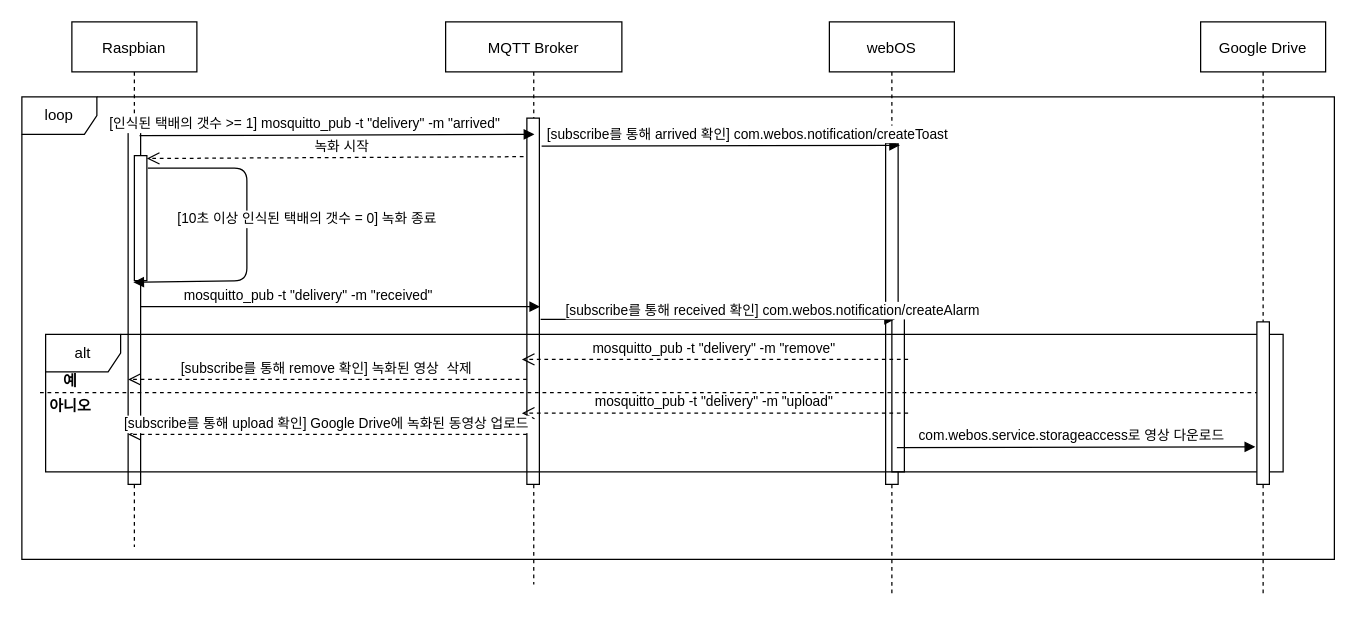
Before: delivery.drawio in webOS-KOSS/main-Delivery, a draw.io diagram. Source tidied: cells renumbered, new cells numbered last; positions are measured from the earlier drawing's top-left corner, leaving out a move shared by most shapes. Both pictures are drawn from the tidied source at 125%, with x=0, y=0 at pixel (21, 21).
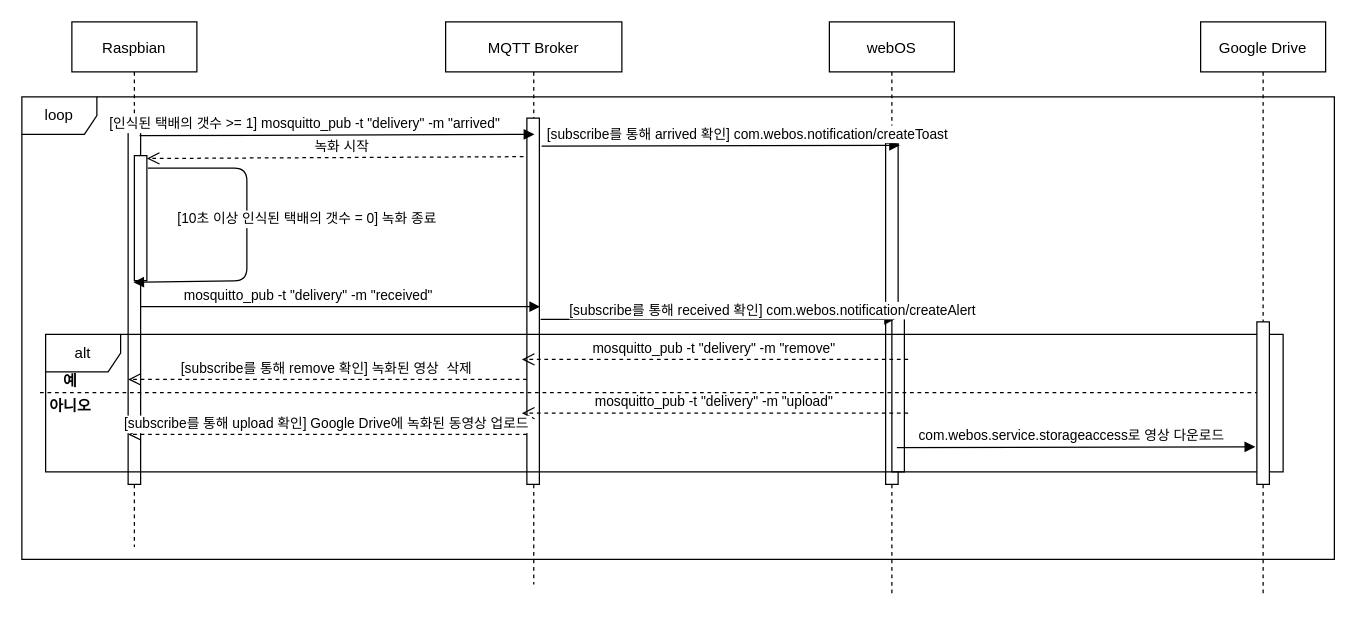
Above is the later version.

The edit, as a diff of the source:
```diff
@@
-    <mxCell id="24" value="[subscribe를 통해 received 확인] com.webos.notification/createAlarm" style="verticalAlign=bottom;endArrow=block;shadow=0;strokeWidth=1;entryX=0.15;entryY=0.017;entryDx=0;entryDy=0;entryPerimeter=0;" parent="1" edge="1">
+    <mxCell id="24" value="[subscribe를 통해 received 확인] com.webos.notification/createAlert" style="verticalAlign=bottom;endArrow=block;shadow=0;strokeWidth=1;entryX=0.15;entryY=0.017;entryDx=0;entryDy=0;entryPerimeter=0;" parent="1" edge="1">
       <mxGeometry x="0.31" y="-2" relative="1" as="geometry">
         <mxPoint x="415" y="237.9" as="sourcePoint" />
         <mxPoint x="698.5" y="237.9" as="targetPoint" />
       </mxGeometry>
     </mxCell>
```
